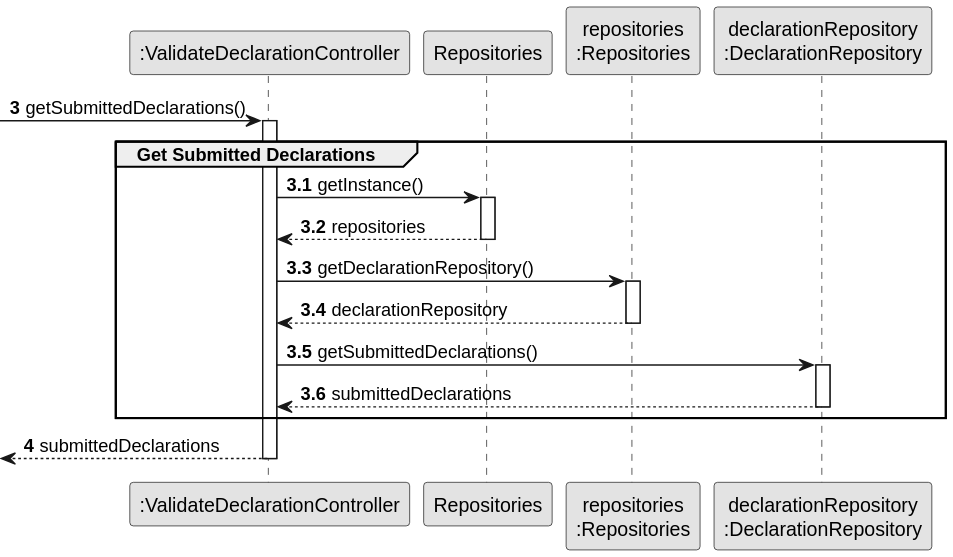
The PlantUML diagram docs/system-documentation/US08/03.design/svg/US08-SD-partial-get-submitted-declarations.svg in Departamento-de-Engenharia-Informatica/sem2-pi-25-26-g096-repo, before a commit.
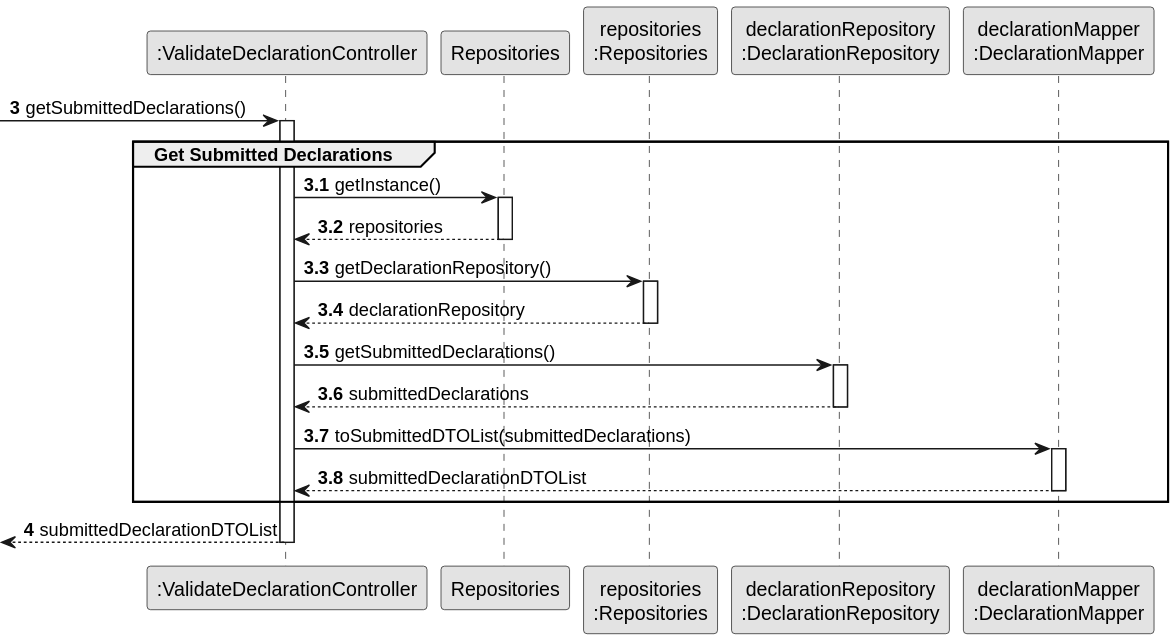
Later version of the same file.

The edit, as a diff of the source:
```diff
@@ -7,6 +7,7 @@
 participant "Repositories" as REPOS
 participant "repositories\n:Repositories" as REPOS_SINGLETON
 participant "declarationRepository\n:DeclarationRepository" as DECL_REPO
+participant "declarationMapper\n:DeclarationMapper" as MAPPER
 
 autonumber 3
 -> CTRL : getSubmittedDeclarations()
@@ -31,10 +32,15 @@
             DECL_REPO --> CTRL : submittedDeclarations
         deactivate DECL_REPO
 
+        CTRL -> MAPPER : toSubmittedDTOList(submittedDeclarations)
+        activate MAPPER
+            MAPPER --> CTRL : submittedDeclarationDTOList
+        deactivate MAPPER
+
     end
 
     autonumber 4
-    <-- CTRL : submittedDeclarations
+    <-- CTRL : submittedDeclarationDTOList
 
 deactivate CTRL
 @enduml
```
